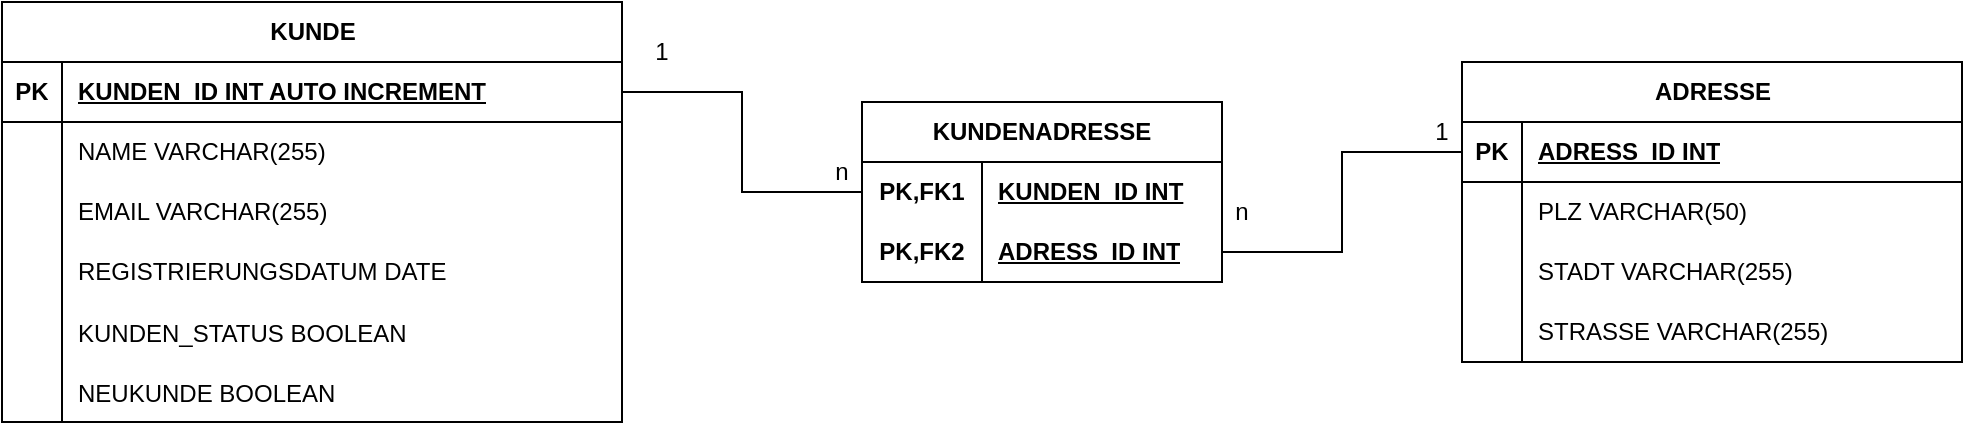
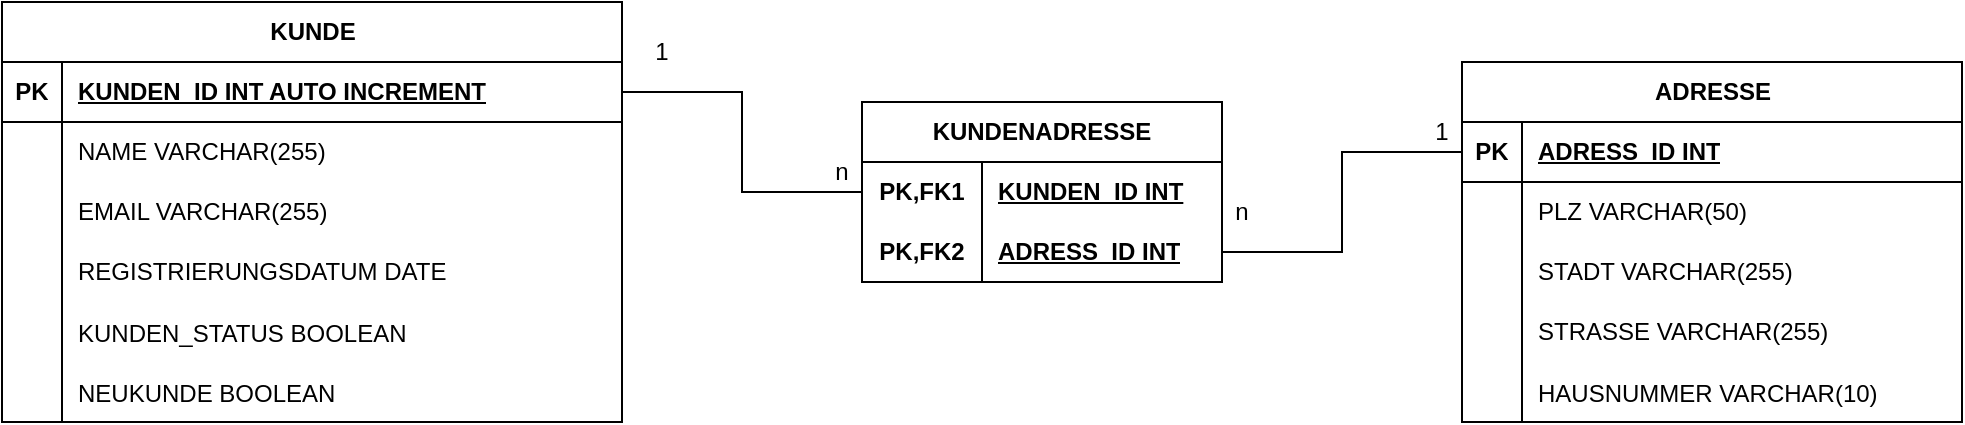
- <mxfile host="app.diagrams.net" agent="Mozilla/5.0 (Windows NT 10.0; Win64; x64) AppleWebKit/537.36 (KHTML, like Gecko) Chrome/148.0.0.0 Safari/537.36" version="29.3.6">
+ <mxfile host="app.diagrams.net" agent="Mozilla/5.0 (Windows NT 10.0; Win64; x64) AppleWebKit/537.36 (KHTML, like Gecko) Chrome/148.0.0.0 Safari/537.36">
  <diagram name="Seite-1" id="esvDzkoCngcDTCUIbyGO">
-     <mxGraphModel dx="1426" dy="819" grid="1" gridSize="10" guides="1" tooltips="1" connect="1" arrows="0" fold="1" page="1" pageScale="1" pageWidth="1169" pageHeight="827" math="0" shadow="0">
+     <mxGraphModel dx="693" dy="827" grid="1" gridSize="10" guides="1" tooltips="1" connect="1" arrows="0" fold="1" page="1" pageScale="1" pageWidth="1169" pageHeight="827" math="0" shadow="0">
      <root>
        <mxCell id="0" />
        <mxCell id="1" parent="0" />
        <mxCell id="OSuL8ul5mMlBHbAn7jXh-1" parent="1" style="shape=table;startSize=30;container=1;collapsible=1;childLayout=tableLayout;fixedRows=1;rowLines=0;fontStyle=1;align=center;resizeLast=1;html=1;" value="KUNDE" vertex="1">
          <mxGeometry height="210" width="310" x="50" y="110" as="geometry" />
        </mxCell>
        <mxCell id="OSuL8ul5mMlBHbAn7jXh-2" parent="OSuL8ul5mMlBHbAn7jXh-1" style="shape=tableRow;horizontal=0;startSize=0;swimlaneHead=0;swimlaneBody=0;fillColor=none;collapsible=0;dropTarget=0;points=[[0,0.5],[1,0.5]];portConstraint=eastwest;top=0;left=0;right=0;bottom=1;" value="" vertex="1">
          <mxGeometry height="30" width="310" y="30" as="geometry" />
        </mxCell>
        <mxCell id="OSuL8ul5mMlBHbAn7jXh-3" parent="OSuL8ul5mMlBHbAn7jXh-2" style="shape=partialRectangle;connectable=0;fillColor=none;top=0;left=0;bottom=0;right=0;fontStyle=1;overflow=hidden;whiteSpace=wrap;html=1;" value="PK" vertex="1">
          <mxGeometry height="30" width="30" as="geometry">
            <mxRectangle height="30" width="30" as="alternateBounds" />
          </mxGeometry>
        </mxCell>
        <mxCell id="OSuL8ul5mMlBHbAn7jXh-4" parent="OSuL8ul5mMlBHbAn7jXh-2" style="shape=partialRectangle;connectable=0;fillColor=none;top=0;left=0;bottom=0;right=0;align=left;spacingLeft=6;fontStyle=5;overflow=hidden;whiteSpace=wrap;html=1;" value="KUNDEN_ID INT AUTO INCREMENT" vertex="1">
          <mxGeometry height="30" width="280" x="30" as="geometry">
            <mxRectangle height="30" width="280" as="alternateBounds" />
          </mxGeometry>
        </mxCell>
        <mxCell id="OSuL8ul5mMlBHbAn7jXh-5" parent="OSuL8ul5mMlBHbAn7jXh-1" style="shape=tableRow;horizontal=0;startSize=0;swimlaneHead=0;swimlaneBody=0;fillColor=none;collapsible=0;dropTarget=0;points=[[0,0.5],[1,0.5]];portConstraint=eastwest;top=0;left=0;right=0;bottom=0;" value="" vertex="1">
          <mxGeometry height="30" width="310" y="60" as="geometry" />
        </mxCell>
        <mxCell id="OSuL8ul5mMlBHbAn7jXh-6" parent="OSuL8ul5mMlBHbAn7jXh-5" style="shape=partialRectangle;connectable=0;fillColor=none;top=0;left=0;bottom=0;right=0;editable=1;overflow=hidden;whiteSpace=wrap;html=1;" value="" vertex="1">
          <mxGeometry height="30" width="30" as="geometry">
            <mxRectangle height="30" width="30" as="alternateBounds" />
          </mxGeometry>
        </mxCell>
        <mxCell id="OSuL8ul5mMlBHbAn7jXh-7" parent="OSuL8ul5mMlBHbAn7jXh-5" style="shape=partialRectangle;connectable=0;fillColor=none;top=0;left=0;bottom=0;right=0;align=left;spacingLeft=6;overflow=hidden;whiteSpace=wrap;html=1;" value="NAME VARCHAR(255&lt;span style=&quot;background-color: transparent; color: light-dark(rgb(0, 0, 0), rgb(255, 255, 255));&quot;&gt;)&amp;nbsp;&lt;/span&gt;" vertex="1">
          <mxGeometry height="30" width="280" x="30" as="geometry">
            <mxRectangle height="30" width="280" as="alternateBounds" />
          </mxGeometry>
        </mxCell>
        <mxCell id="OSuL8ul5mMlBHbAn7jXh-8" parent="OSuL8ul5mMlBHbAn7jXh-1" style="shape=tableRow;horizontal=0;startSize=0;swimlaneHead=0;swimlaneBody=0;fillColor=none;collapsible=0;dropTarget=0;points=[[0,0.5],[1,0.5]];portConstraint=eastwest;top=0;left=0;right=0;bottom=0;" value="" vertex="1">
          <mxGeometry height="30" width="310" y="90" as="geometry" />
        </mxCell>
        <mxCell id="OSuL8ul5mMlBHbAn7jXh-9" parent="OSuL8ul5mMlBHbAn7jXh-8" style="shape=partialRectangle;connectable=0;fillColor=none;top=0;left=0;bottom=0;right=0;editable=1;overflow=hidden;whiteSpace=wrap;html=1;" value="" vertex="1">
          <mxGeometry height="30" width="30" as="geometry">
            <mxRectangle height="30" width="30" as="alternateBounds" />
          </mxGeometry>
        </mxCell>
        <mxCell id="OSuL8ul5mMlBHbAn7jXh-10" parent="OSuL8ul5mMlBHbAn7jXh-8" style="shape=partialRectangle;connectable=0;fillColor=none;top=0;left=0;bottom=0;right=0;align=left;spacingLeft=6;overflow=hidden;whiteSpace=wrap;html=1;" value="EMAIL VARCHAR(255)" vertex="1">
          <mxGeometry height="30" width="280" x="30" as="geometry">
            <mxRectangle height="30" width="280" as="alternateBounds" />
          </mxGeometry>
        </mxCell>
        <mxCell id="OSuL8ul5mMlBHbAn7jXh-11" parent="OSuL8ul5mMlBHbAn7jXh-1" style="shape=tableRow;horizontal=0;startSize=0;swimlaneHead=0;swimlaneBody=0;fillColor=none;collapsible=0;dropTarget=0;points=[[0,0.5],[1,0.5]];portConstraint=eastwest;top=0;left=0;right=0;bottom=0;" value="" vertex="1">
          <mxGeometry height="30" width="310" y="120" as="geometry" />
        </mxCell>
        <mxCell id="OSuL8ul5mMlBHbAn7jXh-12" parent="OSuL8ul5mMlBHbAn7jXh-11" style="shape=partialRectangle;connectable=0;fillColor=none;top=0;left=0;bottom=0;right=0;editable=1;overflow=hidden;whiteSpace=wrap;html=1;" value="" vertex="1">
          <mxGeometry height="30" width="30" as="geometry">
            <mxRectangle height="30" width="30" as="alternateBounds" />
          </mxGeometry>
        </mxCell>
        <mxCell id="OSuL8ul5mMlBHbAn7jXh-13" parent="OSuL8ul5mMlBHbAn7jXh-11" style="shape=partialRectangle;connectable=0;fillColor=none;top=0;left=0;bottom=0;right=0;align=left;spacingLeft=6;overflow=hidden;whiteSpace=wrap;html=1;" value="REGISTRIERUNGSDATUM DATE" vertex="1">
          <mxGeometry height="30" width="280" x="30" as="geometry">
            <mxRectangle height="30" width="280" as="alternateBounds" />
          </mxGeometry>
        </mxCell>
        <mxCell id="OSuL8ul5mMlBHbAn7jXh-14" parent="OSuL8ul5mMlBHbAn7jXh-1" style="shape=tableRow;horizontal=0;startSize=0;swimlaneHead=0;swimlaneBody=0;fillColor=none;collapsible=0;dropTarget=0;points=[[0,0.5],[1,0.5]];portConstraint=eastwest;top=0;left=0;right=0;bottom=0;" value="" vertex="1">
          <mxGeometry height="30" width="310" y="150" as="geometry" />
        </mxCell>
        <mxCell id="OSuL8ul5mMlBHbAn7jXh-15" parent="OSuL8ul5mMlBHbAn7jXh-14" style="shape=partialRectangle;connectable=0;fillColor=none;top=0;left=0;bottom=0;right=0;editable=1;overflow=hidden;" value="" vertex="1">
          <mxGeometry height="30" width="30" as="geometry">
            <mxRectangle height="30" width="30" as="alternateBounds" />
          </mxGeometry>
        </mxCell>
        <mxCell id="OSuL8ul5mMlBHbAn7jXh-16" parent="OSuL8ul5mMlBHbAn7jXh-14" style="shape=partialRectangle;connectable=0;fillColor=none;top=0;left=0;bottom=0;right=0;align=left;spacingLeft=6;overflow=hidden;" value="KUNDEN_STATUS BOOLEAN" vertex="1">
          <mxGeometry height="30" width="280" x="30" as="geometry">
            <mxRectangle height="30" width="280" as="alternateBounds" />
          </mxGeometry>
        </mxCell>
        <mxCell id="OSuL8ul5mMlBHbAn7jXh-17" parent="OSuL8ul5mMlBHbAn7jXh-1" style="shape=tableRow;horizontal=0;startSize=0;swimlaneHead=0;swimlaneBody=0;fillColor=none;collapsible=0;dropTarget=0;points=[[0,0.5],[1,0.5]];portConstraint=eastwest;top=0;left=0;right=0;bottom=0;" value="" vertex="1">
          <mxGeometry height="30" width="310" y="180" as="geometry" />
        </mxCell>
        <mxCell id="OSuL8ul5mMlBHbAn7jXh-18" parent="OSuL8ul5mMlBHbAn7jXh-17" style="shape=partialRectangle;connectable=0;fillColor=none;top=0;left=0;bottom=0;right=0;editable=1;overflow=hidden;" value="" vertex="1">
          <mxGeometry height="30" width="30" as="geometry">
            <mxRectangle height="30" width="30" as="alternateBounds" />
          </mxGeometry>
        </mxCell>
        <mxCell id="OSuL8ul5mMlBHbAn7jXh-19" parent="OSuL8ul5mMlBHbAn7jXh-17" style="shape=partialRectangle;connectable=0;fillColor=none;top=0;left=0;bottom=0;right=0;align=left;spacingLeft=6;overflow=hidden;" value="NEUKUNDE BOOLEAN" vertex="1">
          <mxGeometry height="30" width="280" x="30" as="geometry">
            <mxRectangle height="30" width="280" as="alternateBounds" />
          </mxGeometry>
        </mxCell>
        <mxCell id="OSuL8ul5mMlBHbAn7jXh-21" parent="1" style="shape=table;startSize=30;container=1;collapsible=1;childLayout=tableLayout;fixedRows=1;rowLines=0;fontStyle=1;align=center;resizeLast=1;html=1;" value="ADRESSE" vertex="1">
-           <mxGeometry height="150" width="250" x="780" y="140" as="geometry" />
+           <mxGeometry height="180" width="250" x="780" y="140" as="geometry" />
        </mxCell>
        <mxCell id="OSuL8ul5mMlBHbAn7jXh-22" parent="OSuL8ul5mMlBHbAn7jXh-21" style="shape=tableRow;horizontal=0;startSize=0;swimlaneHead=0;swimlaneBody=0;fillColor=none;collapsible=0;dropTarget=0;points=[[0,0.5],[1,0.5]];portConstraint=eastwest;top=0;left=0;right=0;bottom=1;" value="" vertex="1">
          <mxGeometry height="30" width="250" y="30" as="geometry" />
        </mxCell>
        <mxCell id="OSuL8ul5mMlBHbAn7jXh-23" parent="OSuL8ul5mMlBHbAn7jXh-22" style="shape=partialRectangle;connectable=0;fillColor=none;top=0;left=0;bottom=0;right=0;fontStyle=1;overflow=hidden;whiteSpace=wrap;html=1;" value="PK" vertex="1">
          <mxGeometry height="30" width="30" as="geometry">
            <mxRectangle height="30" width="30" as="alternateBounds" />
          </mxGeometry>
        </mxCell>
        <mxCell id="OSuL8ul5mMlBHbAn7jXh-24" parent="OSuL8ul5mMlBHbAn7jXh-22" style="shape=partialRectangle;connectable=0;fillColor=none;top=0;left=0;bottom=0;right=0;align=left;spacingLeft=6;fontStyle=5;overflow=hidden;whiteSpace=wrap;html=1;" value="ADRESS_ID INT" vertex="1">
          <mxGeometry height="30" width="220" x="30" as="geometry">
            <mxRectangle height="30" width="220" as="alternateBounds" />
          </mxGeometry>
        </mxCell>
        <mxCell id="OSuL8ul5mMlBHbAn7jXh-25" parent="OSuL8ul5mMlBHbAn7jXh-21" style="shape=tableRow;horizontal=0;startSize=0;swimlaneHead=0;swimlaneBody=0;fillColor=none;collapsible=0;dropTarget=0;points=[[0,0.5],[1,0.5]];portConstraint=eastwest;top=0;left=0;right=0;bottom=0;" value="" vertex="1">
          <mxGeometry height="30" width="250" y="60" as="geometry" />
        </mxCell>
        <mxCell id="OSuL8ul5mMlBHbAn7jXh-26" parent="OSuL8ul5mMlBHbAn7jXh-25" style="shape=partialRectangle;connectable=0;fillColor=none;top=0;left=0;bottom=0;right=0;editable=1;overflow=hidden;whiteSpace=wrap;html=1;" value="" vertex="1">
          <mxGeometry height="30" width="30" as="geometry">
            <mxRectangle height="30" width="30" as="alternateBounds" />
          </mxGeometry>
        </mxCell>
        <mxCell id="OSuL8ul5mMlBHbAn7jXh-27" parent="OSuL8ul5mMlBHbAn7jXh-25" style="shape=partialRectangle;connectable=0;fillColor=none;top=0;left=0;bottom=0;right=0;align=left;spacingLeft=6;overflow=hidden;whiteSpace=wrap;html=1;" value="PLZ VARCHAR(50&lt;span style=&quot;background-color: transparent; color: light-dark(rgb(0, 0, 0), rgb(255, 255, 255));&quot;&gt;)&amp;nbsp;&lt;/span&gt;" vertex="1">
          <mxGeometry height="30" width="220" x="30" as="geometry">
            <mxRectangle height="30" width="220" as="alternateBounds" />
          </mxGeometry>
        </mxCell>
        <mxCell id="OSuL8ul5mMlBHbAn7jXh-28" parent="OSuL8ul5mMlBHbAn7jXh-21" style="shape=tableRow;horizontal=0;startSize=0;swimlaneHead=0;swimlaneBody=0;fillColor=none;collapsible=0;dropTarget=0;points=[[0,0.5],[1,0.5]];portConstraint=eastwest;top=0;left=0;right=0;bottom=0;" value="" vertex="1">
          <mxGeometry height="30" width="250" y="90" as="geometry" />
        </mxCell>
        <mxCell id="OSuL8ul5mMlBHbAn7jXh-29" parent="OSuL8ul5mMlBHbAn7jXh-28" style="shape=partialRectangle;connectable=0;fillColor=none;top=0;left=0;bottom=0;right=0;editable=1;overflow=hidden;whiteSpace=wrap;html=1;" value="" vertex="1">
          <mxGeometry height="30" width="30" as="geometry">
            <mxRectangle height="30" width="30" as="alternateBounds" />
          </mxGeometry>
        </mxCell>
        <mxCell id="OSuL8ul5mMlBHbAn7jXh-30" parent="OSuL8ul5mMlBHbAn7jXh-28" style="shape=partialRectangle;connectable=0;fillColor=none;top=0;left=0;bottom=0;right=0;align=left;spacingLeft=6;overflow=hidden;whiteSpace=wrap;html=1;" value="STADT VARCHAR(255)" vertex="1">
          <mxGeometry height="30" width="220" x="30" as="geometry">
            <mxRectangle height="30" width="220" as="alternateBounds" />
          </mxGeometry>
        </mxCell>
        <mxCell id="OSuL8ul5mMlBHbAn7jXh-31" parent="OSuL8ul5mMlBHbAn7jXh-21" style="shape=tableRow;horizontal=0;startSize=0;swimlaneHead=0;swimlaneBody=0;fillColor=none;collapsible=0;dropTarget=0;points=[[0,0.5],[1,0.5]];portConstraint=eastwest;top=0;left=0;right=0;bottom=0;" value="" vertex="1">
          <mxGeometry height="30" width="250" y="120" as="geometry" />
        </mxCell>
        <mxCell id="OSuL8ul5mMlBHbAn7jXh-32" parent="OSuL8ul5mMlBHbAn7jXh-31" style="shape=partialRectangle;connectable=0;fillColor=none;top=0;left=0;bottom=0;right=0;editable=1;overflow=hidden;whiteSpace=wrap;html=1;" value="" vertex="1">
          <mxGeometry height="30" width="30" as="geometry">
            <mxRectangle height="30" width="30" as="alternateBounds" />
          </mxGeometry>
        </mxCell>
        <mxCell id="OSuL8ul5mMlBHbAn7jXh-33" parent="OSuL8ul5mMlBHbAn7jXh-31" style="shape=partialRectangle;connectable=0;fillColor=none;top=0;left=0;bottom=0;right=0;align=left;spacingLeft=6;overflow=hidden;whiteSpace=wrap;html=1;" value="STRASSE VARCHAR(255)" vertex="1">
+           <mxGeometry height="30" width="220" x="30" as="geometry">
+             <mxRectangle height="30" width="220" as="alternateBounds" />
+           </mxGeometry>
+         </mxCell>
+         <mxCell id="QVpJkcCbF-gCHWLj-c9v-1" parent="OSuL8ul5mMlBHbAn7jXh-21" style="shape=tableRow;horizontal=0;startSize=0;swimlaneHead=0;swimlaneBody=0;fillColor=none;collapsible=0;dropTarget=0;points=[[0,0.5],[1,0.5]];portConstraint=eastwest;top=0;left=0;right=0;bottom=0;" value="" vertex="1">
+           <mxGeometry height="30" width="250" y="150" as="geometry" />
+         </mxCell>
+         <mxCell id="QVpJkcCbF-gCHWLj-c9v-2" parent="QVpJkcCbF-gCHWLj-c9v-1" style="shape=partialRectangle;connectable=0;fillColor=none;top=0;left=0;bottom=0;right=0;editable=1;overflow=hidden;" value="" vertex="1">
+           <mxGeometry height="30" width="30" as="geometry">
+             <mxRectangle height="30" width="30" as="alternateBounds" />
+           </mxGeometry>
+         </mxCell>
+         <mxCell id="QVpJkcCbF-gCHWLj-c9v-3" parent="QVpJkcCbF-gCHWLj-c9v-1" style="shape=partialRectangle;connectable=0;fillColor=none;top=0;left=0;bottom=0;right=0;align=left;spacingLeft=6;overflow=hidden;" value="HAUSNUMMER VARCHAR(10)" vertex="1">
          <mxGeometry height="30" width="220" x="30" as="geometry">
            <mxRectangle height="30" width="220" as="alternateBounds" />
          </mxGeometry>
        </mxCell>
        <mxCell id="OSuL8ul5mMlBHbAn7jXh-34" parent="1" style="shape=table;startSize=30;container=1;collapsible=1;childLayout=tableLayout;fixedRows=1;rowLines=0;fontStyle=1;align=center;resizeLast=1;html=1;whiteSpace=wrap;" value="KUNDENADRESSE" vertex="1">
          <mxGeometry height="90" width="180" x="480" y="160" as="geometry" />
        </mxCell>
        <mxCell id="OSuL8ul5mMlBHbAn7jXh-35" parent="OSuL8ul5mMlBHbAn7jXh-34" style="shape=tableRow;horizontal=0;startSize=0;swimlaneHead=0;swimlaneBody=0;fillColor=none;collapsible=0;dropTarget=0;points=[[0,0.5],[1,0.5]];portConstraint=eastwest;top=0;left=0;right=0;bottom=0;html=1;" value="" vertex="1">
          <mxGeometry height="30" width="180" y="30" as="geometry" />
        </mxCell>
        <mxCell id="OSuL8ul5mMlBHbAn7jXh-36" parent="OSuL8ul5mMlBHbAn7jXh-35" style="shape=partialRectangle;connectable=0;fillColor=none;top=0;left=0;bottom=0;right=0;fontStyle=1;overflow=hidden;html=1;whiteSpace=wrap;" value="PK,FK1" vertex="1">
          <mxGeometry height="30" width="60" as="geometry">
            <mxRectangle height="30" width="60" as="alternateBounds" />
          </mxGeometry>
        </mxCell>
        <mxCell id="OSuL8ul5mMlBHbAn7jXh-37" parent="OSuL8ul5mMlBHbAn7jXh-35" style="shape=partialRectangle;connectable=0;fillColor=none;top=0;left=0;bottom=0;right=0;align=left;spacingLeft=6;fontStyle=5;overflow=hidden;html=1;whiteSpace=wrap;" value="KUNDEN_ID INT" vertex="1">
          <mxGeometry height="30" width="120" x="60" as="geometry">
            <mxRectangle height="30" width="120" as="alternateBounds" />
          </mxGeometry>
        </mxCell>
        <mxCell id="OSuL8ul5mMlBHbAn7jXh-38" parent="OSuL8ul5mMlBHbAn7jXh-34" style="shape=tableRow;horizontal=0;startSize=0;swimlaneHead=0;swimlaneBody=0;fillColor=none;collapsible=0;dropTarget=0;points=[[0,0.5],[1,0.5]];portConstraint=eastwest;top=0;left=0;right=0;bottom=1;html=1;" value="" vertex="1">
          <mxGeometry height="30" width="180" y="60" as="geometry" />
        </mxCell>
        <mxCell id="OSuL8ul5mMlBHbAn7jXh-39" parent="OSuL8ul5mMlBHbAn7jXh-38" style="shape=partialRectangle;connectable=0;fillColor=none;top=0;left=0;bottom=0;right=0;fontStyle=1;overflow=hidden;html=1;whiteSpace=wrap;" value="PK,FK2" vertex="1">
          <mxGeometry height="30" width="60" as="geometry">
            <mxRectangle height="30" width="60" as="alternateBounds" />
          </mxGeometry>
        </mxCell>
        <mxCell id="OSuL8ul5mMlBHbAn7jXh-40" parent="OSuL8ul5mMlBHbAn7jXh-38" style="shape=partialRectangle;connectable=0;fillColor=none;top=0;left=0;bottom=0;right=0;align=left;spacingLeft=6;fontStyle=5;overflow=hidden;html=1;whiteSpace=wrap;" value="ADRESS_ID INT" vertex="1">
          <mxGeometry height="30" width="120" x="60" as="geometry">
            <mxRectangle height="30" width="120" as="alternateBounds" />
          </mxGeometry>
        </mxCell>
        <mxCell id="OSuL8ul5mMlBHbAn7jXh-47" edge="1" parent="1" source="OSuL8ul5mMlBHbAn7jXh-2" style="edgeStyle=orthogonalEdgeStyle;rounded=0;orthogonalLoop=1;jettySize=auto;html=1;exitX=1;exitY=0.5;exitDx=0;exitDy=0;entryX=0;entryY=0.5;entryDx=0;entryDy=0;endArrow=none;endFill=0;" target="OSuL8ul5mMlBHbAn7jXh-35">
          <mxGeometry relative="1" as="geometry" />
        </mxCell>
        <mxCell id="OSuL8ul5mMlBHbAn7jXh-48" edge="1" parent="1" source="OSuL8ul5mMlBHbAn7jXh-22" style="edgeStyle=orthogonalEdgeStyle;rounded=0;orthogonalLoop=1;jettySize=auto;html=1;exitX=0;exitY=0.5;exitDx=0;exitDy=0;entryX=1;entryY=0.5;entryDx=0;entryDy=0;endArrow=none;endFill=0;" target="OSuL8ul5mMlBHbAn7jXh-38">
          <mxGeometry relative="1" as="geometry" />
        </mxCell>
        <mxCell id="OSuL8ul5mMlBHbAn7jXh-49" parent="1" style="text;html=1;whiteSpace=wrap;strokeColor=none;fillColor=none;align=center;verticalAlign=middle;rounded=0;" value="1" vertex="1">
          <mxGeometry height="30" width="60" x="350" y="120" as="geometry" />
        </mxCell>
        <mxCell id="OSuL8ul5mMlBHbAn7jXh-50" parent="1" style="text;html=1;whiteSpace=wrap;strokeColor=none;fillColor=none;align=center;verticalAlign=middle;rounded=0;" value="n" vertex="1">
          <mxGeometry height="30" width="60" x="440" y="180" as="geometry" />
        </mxCell>
        <mxCell id="OSuL8ul5mMlBHbAn7jXh-51" parent="1" style="text;html=1;whiteSpace=wrap;strokeColor=none;fillColor=none;align=center;verticalAlign=middle;rounded=0;" value="1" vertex="1">
          <mxGeometry height="30" width="60" x="740" y="160" as="geometry" />
        </mxCell>
        <mxCell id="OSuL8ul5mMlBHbAn7jXh-52" parent="1" style="text;html=1;whiteSpace=wrap;strokeColor=none;fillColor=none;align=center;verticalAlign=middle;rounded=0;" value="n" vertex="1">
          <mxGeometry height="30" width="60" x="640" y="200" as="geometry" />
        </mxCell>
      </root>
    </mxGraphModel>
  </diagram>
</mxfile>
